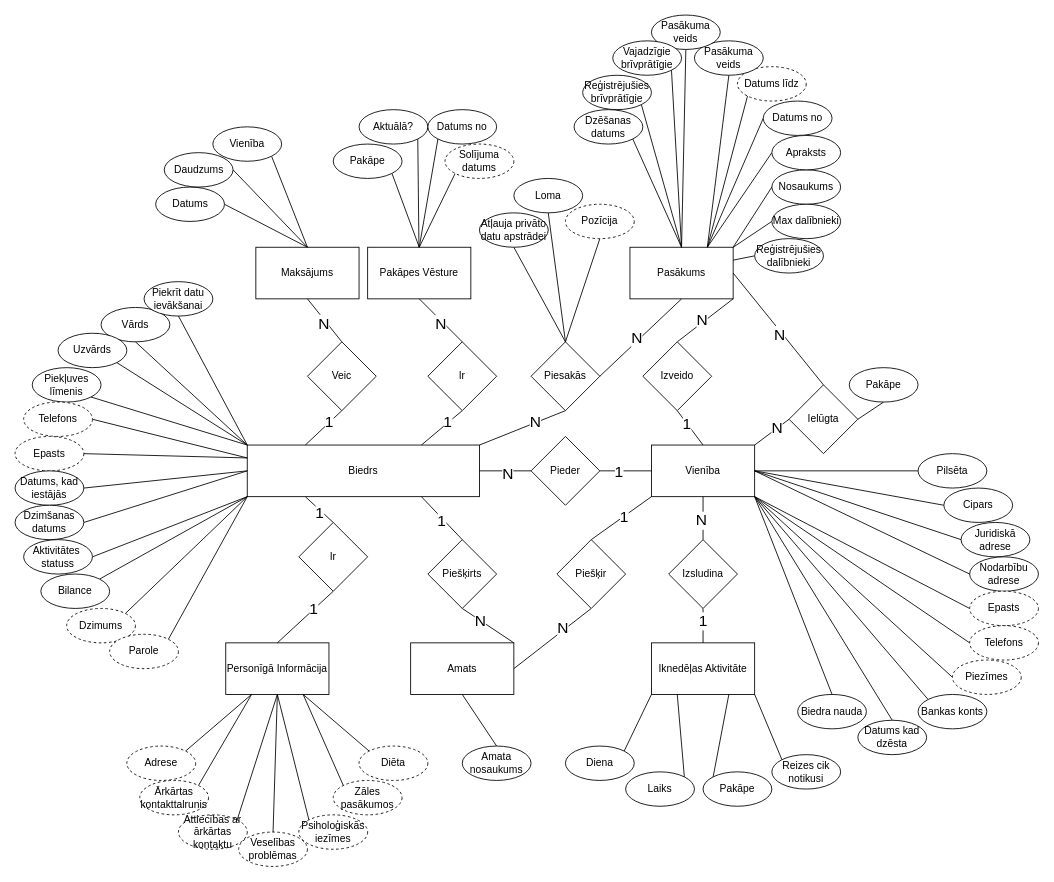
This is page "konceptualais_DB" (8 of 8) of Documentation/DiagramData/LSGCO_IS_DIAGRAMS.drawio from JekabsVanags/LSGCO_IS, a draw.io file, before an edit. Source tidied: cells renumbered, new cells numbered last; positions are measured from the earlier drawing's top-left corner, leaving out a move shared by most shapes. Both pictures are drawn from the tidied source at 86%, with x=0, y=0 at pixel (15, 15).
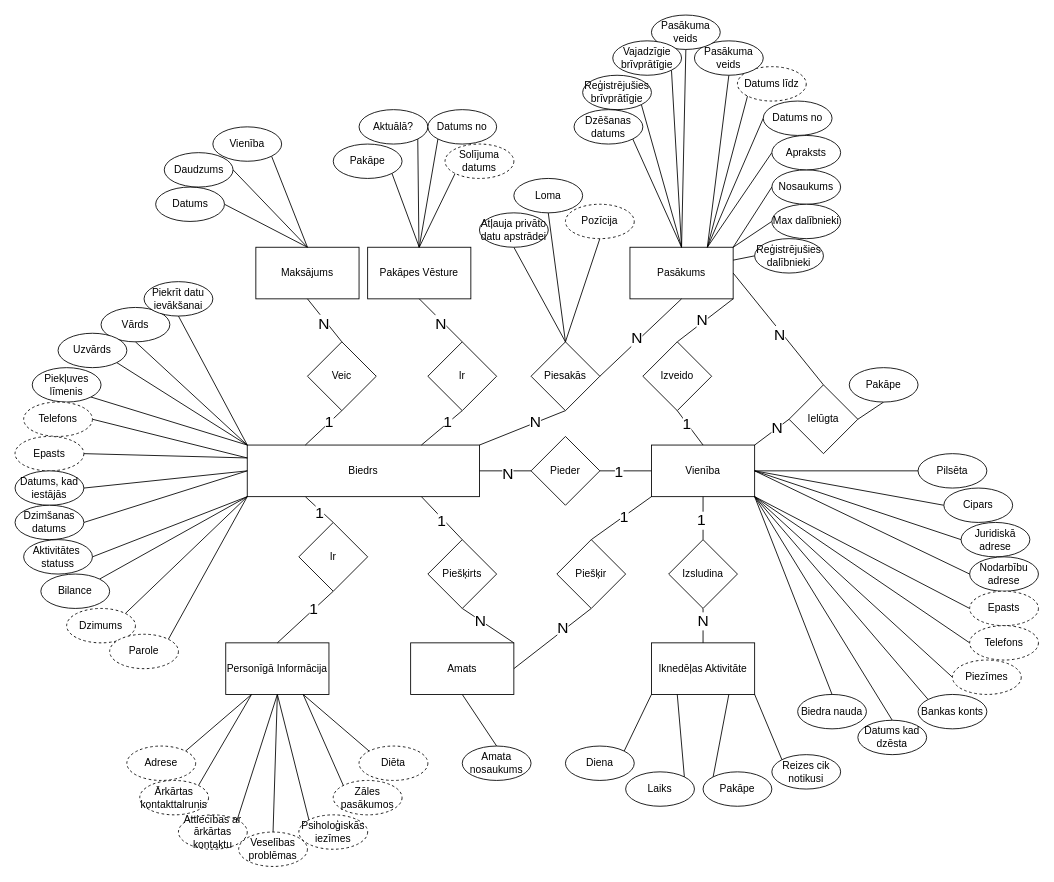
After the change.

The change refers to these unchanged cells:
```xml
<mxCell id="46" style="rounded=0;jettySize=auto;html=1;entryX=0.5;entryY=0;entryDx=0;entryDy=0;endArrow=none;endFill=0;exitX=0.5;exitY=1;exitDx=0;exitDy=0;" parent="1" edge="1" target="50">
  <mxGeometry relative="1" as="geometry">
    <mxPoint x="800" y="560" as="sourcePoint" />
  </mxGeometry>
</mxCell>
<mxCell id="48" style="rounded=0;jettySize=auto;html=1;exitX=0.5;exitY=1;exitDx=0;exitDy=0;endArrow=none;endFill=0;entryX=0.5;entryY=0;entryDx=0;entryDy=0;" parent="1" edge="1" source="50" target="11">
  <mxGeometry relative="1" as="geometry" />
</mxCell>
```

The edit, as a diff of the source:
```diff
@@
-    <mxCell id="47" value="N" style="edgeLabel;html=1;align=center;verticalAlign=middle;fontSize=18;" parent="46" vertex="1">
+    <mxCell id="47" value="1" style="edgeLabel;html=1;align=center;verticalAlign=middle;fontSize=18;" parent="46" vertex="1">
       <mxGeometry x="0.07" y="-3" relative="1" as="geometry" />
     </mxCell>
@@
-    <mxCell id="49" value="1" style="edgeLabel;html=1;align=center;verticalAlign=middle;fontSize=18;" parent="48" vertex="1">
+    <mxCell id="49" value="N" style="edgeLabel;html=1;align=center;verticalAlign=middle;fontSize=18;" parent="48" vertex="1">
       <mxGeometry x="-0.3" y="-1" relative="1" as="geometry" />
     </mxCell>
```
